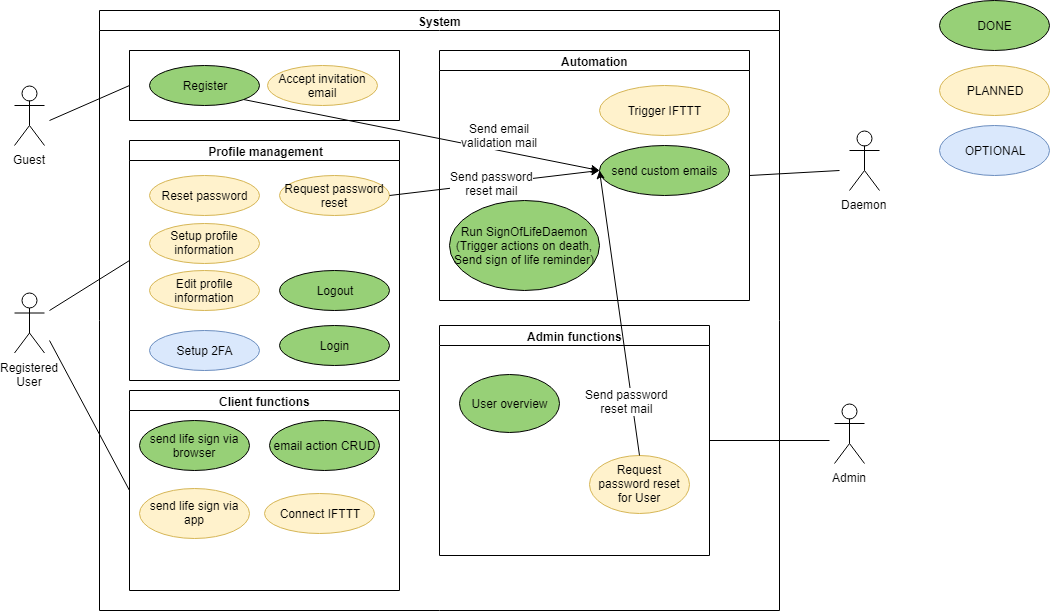
DigiWill-dhbw/Documentation keeps this draw.io diagram as SRS/UC_Diagram.png. Above is the earlier version. Source tidied: cells renumbered, new cells last; positions are measured from the earlier drawing's top-left corner, leaving out a move shared by most shapes.
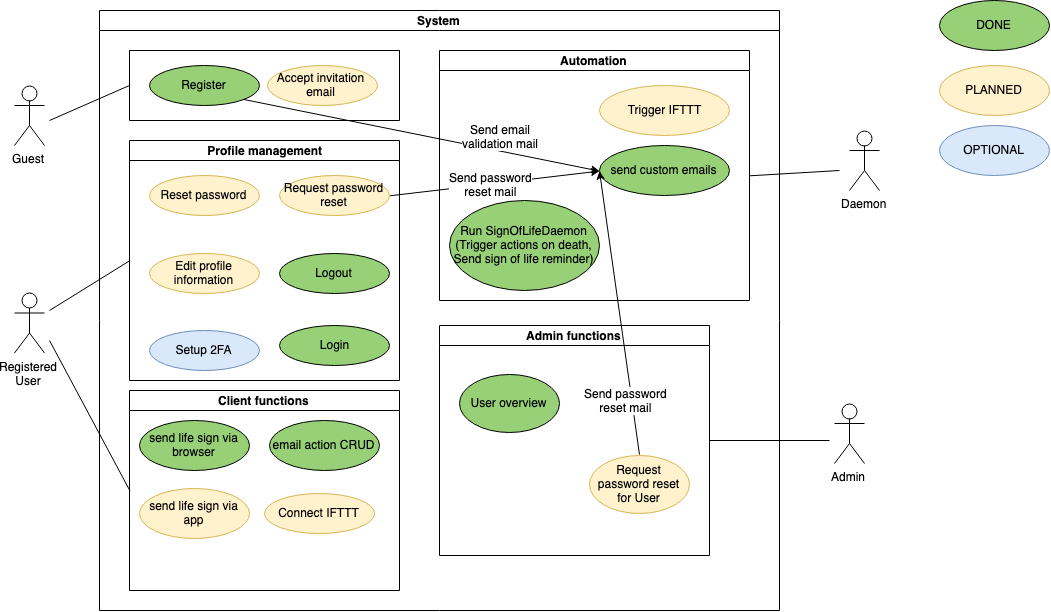
The same file after the commit.

Commit message:
DW-122 added edit profile information uc + removed setup profile information uc from uc diagram (already defined in registration uc)

The edit, as a diff of the source:
```diff
@@ -12,7 +12,7 @@
       <mxGeometry x="170" y="410" width="110" height="50" as="geometry" />
     </mxCell>
     <mxCell id="5" value="Logout&lt;br&gt;" style="ellipse;whiteSpace=wrap;html=1;fillColor=#97D077;" parent="3" vertex="1">
-      <mxGeometry x="180" y="260" width="110" height="40" as="geometry" />
+      <mxGeometry x="180" y="242.5" width="110" height="40" as="geometry" />
     </mxCell>
     <mxCell id="6" style="swimlane;html=1;startSize=0;horizontal=1;containerType=tree;" parent="3" vertex="1">
       <mxGeometry x="30" y="40" width="270" height="70" as="geometry" />
@@ -48,14 +48,11 @@
       <mxGeometry x="30" y="130" width="270" height="240" as="geometry" />
     </mxCell>
     <mxCell id="17" value="Edit profile information" style="ellipse;whiteSpace=wrap;html=1;fillColor=#fff2cc;strokeColor=#d6b656;" parent="16" vertex="1">
-      <mxGeometry x="20" y="130" width="110" height="40" as="geometry" />
+      <mxGeometry x="20" y="112.5" width="110" height="40" as="geometry" />
     </mxCell>
     <mxCell id="18" value="Setup 2FA" style="ellipse;whiteSpace=wrap;html=1;fillColor=#dae8fc;strokeColor=#6c8ebf;" parent="16" vertex="1">
       <mxGeometry x="20" y="190" width="110" height="40" as="geometry" />
     </mxCell>
-    <mxCell id="19" value="Setup profile information" style="ellipse;whiteSpace=wrap;html=1;fillColor=#fff2cc;strokeColor=#d6b656;" parent="16" vertex="1">
-      <mxGeometry x="20" y="82.5" width="110" height="40" as="geometry" />
-    </mxCell>
     <mxCell id="20" value="Request password reset" style="ellipse;whiteSpace=wrap;html=1;fillColor=#fff2cc;strokeColor=#d6b656;" parent="16" vertex="1">
       <mxGeometry x="150" y="35" width="110" height="40" as="geometry" />
     </mxCell>
```
